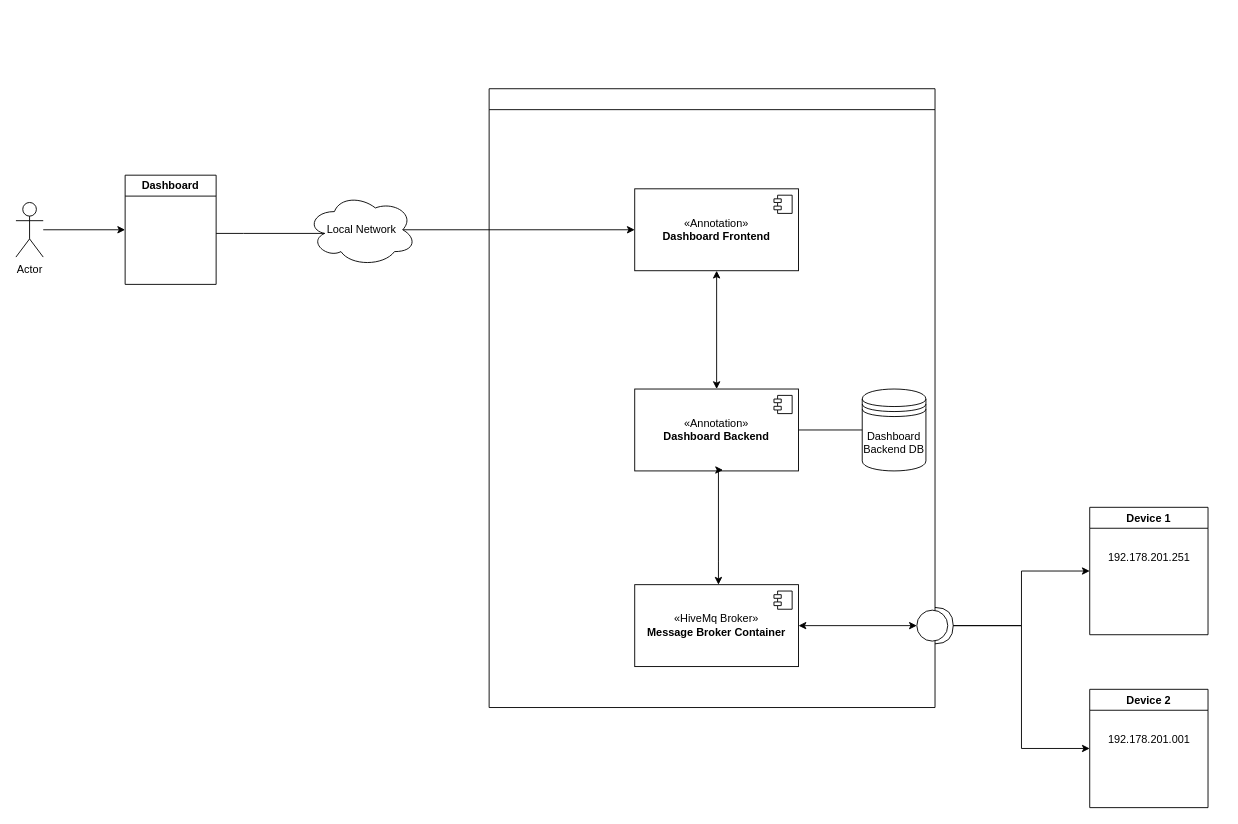
Pe-Ga/SmartSocketEnergyDashboard keeps this draw.io diagram as backend/SmartSocketEnergyDashboard/docs/deployment_view.drawio. Above is the earlier version. Source tidied: cells renumbered, new cells numbered last; positions are measured from the earlier drawing's top-left corner, leaving out a move shared by most shapes. Both pictures are drawn from the tidied source at 91%, with x=0, y=0 at pixel (15, 88).
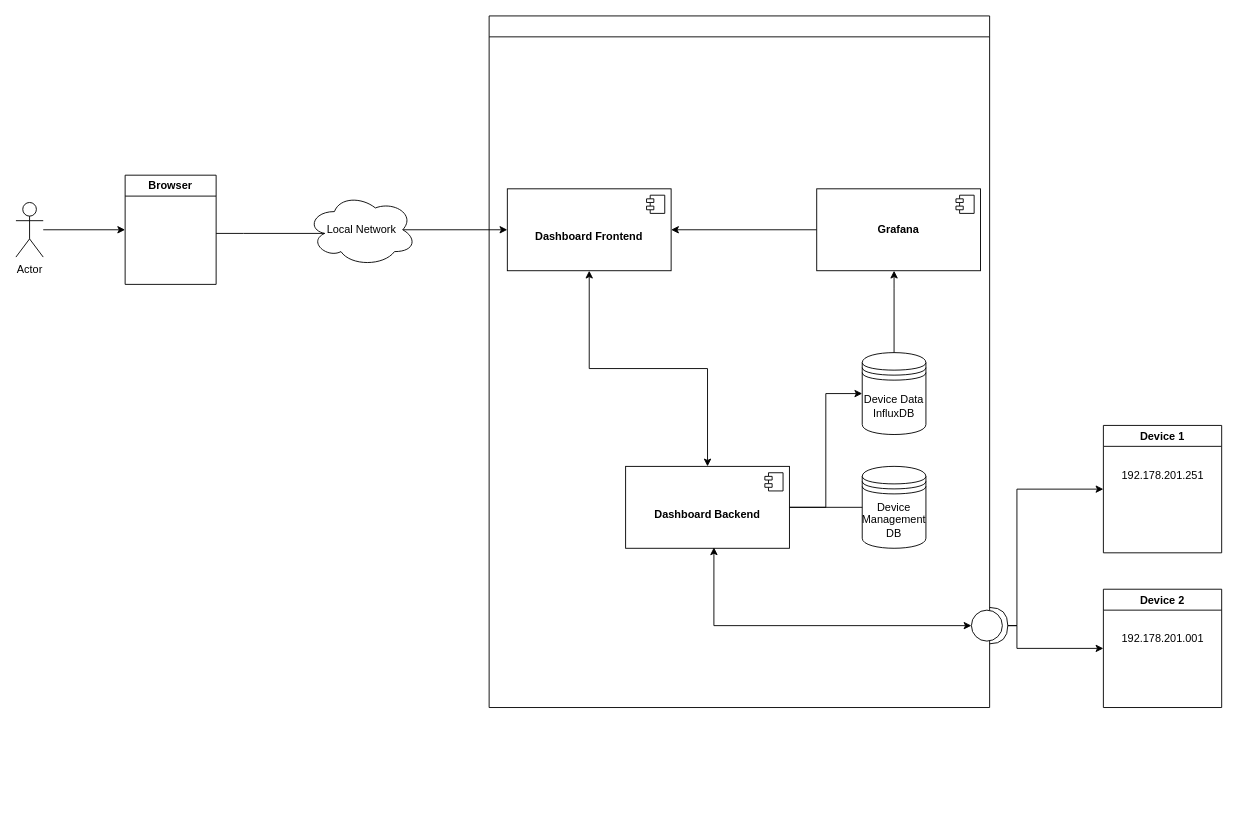
After the change.

What changed in the source:
```diff
@@
-    <mxCell id="4" value="Dashboard" style="swimlane;whiteSpace=wrap;html=1;" parent="1" vertex="1">
+    <mxCell id="4" value="Browser" style="swimlane;whiteSpace=wrap;html=1;startSize=23;" parent="1" vertex="1">
       <mxGeometry x="120" y="95" width="100" height="120" as="geometry" />
     </mxCell>
@@
     <mxCell id="7" style="swimlane;whiteSpace=wrap;html=1;" parent="1" vertex="1">
-      <mxGeometry x="520" width="490" height="680" as="geometry" />
+      <mxGeometry x="520" y="-80" width="550" height="760" as="geometry" />
     </mxCell>
-    <mxCell id="8" value="Dashboard Backend DB" style="shape=datastore;whiteSpace=wrap;html=1;" parent="7" vertex="1">
-      <mxGeometry x="410" y="330" width="70" height="90" as="geometry" />
+    <mxCell id="8" value="Device Management DB" style="shape=datastore;whiteSpace=wrap;html=1;" parent="7" vertex="1">
+      <mxGeometry x="410" y="495" width="70" height="90" as="geometry" />
     </mxCell>
@@
+    <mxCell id="27" style="edgeStyle=orthogonalEdgeStyle;rounded=0;jettySize=auto;html=1;entryX=0;entryY=0.5;entryDx=0;entryDy=0;" parent="7" edge="1" source="11" target="28">
+      <mxGeometry relative="1" as="geometry" />
+    </mxCell>
-    <mxCell id="11" value="«Annotation»&lt;br&gt;&lt;b&gt;Dashboard Backend&lt;/b&gt;" style="html=1;whiteSpace=wrap;" parent="7" vertex="1">
-      <mxGeometry x="160" y="330" width="180" height="90" as="geometry" />
+    <mxCell id="11" value="&lt;br&gt;&lt;b&gt;Dashboard Backend&lt;/b&gt;" style="html=1;whiteSpace=wrap;" parent="7" vertex="1">
+      <mxGeometry x="150" y="495" width="180" height="90" as="geometry" />
     </mxCell>
@@
-    <mxCell id="13" value="«Annotation»&lt;br&gt;&lt;b&gt;Dashboard Frontend&lt;/b&gt;" style="html=1;whiteSpace=wrap;" parent="7" vertex="1">
-      <mxGeometry x="160" y="110" width="180" height="90" as="geometry" />
+    <mxCell id="13" value="&lt;br&gt;&lt;b&gt;Dashboard Frontend&lt;/b&gt;" style="html=1;whiteSpace=wrap;" parent="7" vertex="1">
+      <mxGeometry x="20" y="190" width="180" height="90" as="geometry" />
     </mxCell>
@@
-    <mxCell id="15" value="«HiveMq Broker»&lt;br&gt;&lt;b&gt;Message Broker Container&lt;/b&gt;" style="html=1;whiteSpace=wrap;" parent="7" vertex="1">
-      <mxGeometry x="160" y="545" width="180" height="90" as="geometry" />
-    </mxCell>
-    <mxCell id="16" style="shape=module;jettyWidth=8;jettyHeight=4;" parent="15" vertex="1">
-      <mxGeometry x="1" width="20" height="20" relative="1" as="geometry">
-        <mxPoint x="-27" y="7" as="offset" />
-      </mxGeometry>
-    </mxCell>
+    <mxCell id="28" value="Device Data InfluxDB" style="shape=datastore;whiteSpace=wrap;html=1;" parent="7" vertex="1">
+      <mxGeometry x="410" y="370" width="70" height="90" as="geometry" />
+    </mxCell>
+    <mxCell id="29" style="edgeStyle=orthogonalEdgeStyle;rounded=0;jettySize=auto;html=1;entryX=1;entryY=0.5;entryDx=0;entryDy=0;" parent="7" edge="1" source="30" target="13">
+      <mxGeometry relative="1" as="geometry" />
+    </mxCell>
+    <mxCell id="30" value="&lt;b&gt;Grafana&lt;/b&gt;" style="html=1;whiteSpace=wrap;" parent="7" vertex="1">
+      <mxGeometry x="360" y="190" width="180" height="90" as="geometry" />
+    </mxCell>
+    <mxCell id="31" style="shape=module;jettyWidth=8;jettyHeight=4;" parent="30" vertex="1">
+      <mxGeometry x="1" width="20" height="20" relative="1" as="geometry">
+        <mxPoint x="-27" y="7" as="offset" />
+      </mxGeometry>
+    </mxCell>
+    <mxCell id="20" style="shape=providedRequiredInterface;html=1;verticalLabelPosition=bottom;sketch=0;" parent="7" vertex="1">
+      <mxGeometry x="530" y="650" width="40" height="40" as="geometry" />
+    </mxCell>
-    <mxCell id="17" style="edgeStyle=orthogonalEdgeStyle;rounded=0;jettySize=auto;html=1;entryX=0.539;entryY=0.989;entryDx=0;entryDy=0;entryPerimeter=0;startArrow=classic;startFill=1;" parent="7" edge="1" source="15" target="11">
+    <mxCell id="17" style="edgeStyle=orthogonalEdgeStyle;rounded=0;jettySize=auto;html=1;entryX=0.539;entryY=0.989;entryDx=0;entryDy=0;entryPerimeter=0;startArrow=classic;startFill=1;exitX=0;exitY=0.5;exitDx=0;exitDy=0;exitPerimeter=0;" parent="7" edge="1" source="20" target="11">
       <mxGeometry relative="1" as="geometry">
         <Array as="points">
-          <mxPoint x="252" y="520" />
-          <mxPoint x="252" y="520" />
+          <mxPoint x="247" y="670" />
         </Array>
       </mxGeometry>
     </mxCell>
+    <mxCell id="32" style="edgeStyle=orthogonalEdgeStyle;rounded=0;jettySize=auto;html=1;" parent="7" edge="1" source="28" target="30">
+      <mxGeometry relative="1" as="geometry">
+        <Array as="points">
+          <mxPoint x="445" y="300" />
+          <mxPoint x="445" y="300" />
+        </Array>
+      </mxGeometry>
+    </mxCell>
     <mxCell id="18" style="edgeStyle=orthogonalEdgeStyle;rounded=0;jettySize=auto;html=1;entryX=0;entryY=0.5;entryDx=0;entryDy=0;" parent="1" edge="1" source="20" target="21">
-      <mxGeometry relative="1" as="geometry" />
+      <mxGeometry relative="1" as="geometry">
+        <Array as="points">
+          <mxPoint x="1100" y="590" />
+          <mxPoint x="1100" y="440" />
+        </Array>
+      </mxGeometry>
     </mxCell>
     <mxCell id="19" style="edgeStyle=orthogonalEdgeStyle;rounded=0;jettySize=auto;html=1;entryX=0;entryY=0.5;entryDx=0;entryDy=0;" parent="1" edge="1" source="20" target="23">
-      <mxGeometry relative="1" as="geometry" />
+      <mxGeometry relative="1" as="geometry">
+        <Array as="points">
+          <mxPoint x="1100" y="590" />
+          <mxPoint x="1100" y="615" />
+        </Array>
+      </mxGeometry>
     </mxCell>
-    <mxCell id="20" style="shape=providedRequiredInterface;html=1;verticalLabelPosition=bottom;sketch=0;" parent="1" vertex="1">
-      <mxGeometry x="990" y="570" width="40" height="40" as="geometry" />
-    </mxCell>
     <mxCell id="21" value="Device 1" style="swimlane;" parent="1" vertex="1">
-      <mxGeometry x="1180" y="460" width="130" height="140" as="geometry" />
+      <mxGeometry x="1195" y="370" width="130" height="140" as="geometry" />
     </mxCell>
@@
     <mxCell id="23" value="Device 2" style="swimlane;" parent="1" vertex="1">
-      <mxGeometry x="1180" y="660" width="130" height="130" as="geometry" />
+      <mxGeometry x="1195" y="550" width="130" height="130" as="geometry" />
     </mxCell>
@@
-    <mxCell id="25" style="edgeStyle=orthogonalEdgeStyle;rounded=0;jettySize=auto;html=1;entryX=0;entryY=0.5;entryDx=0;entryDy=0;entryPerimeter=0;startArrow=classic;startFill=1;" parent="1" edge="1" source="15" target="20">
-      <mxGeometry relative="1" as="geometry" />
-    </mxCell>
```
